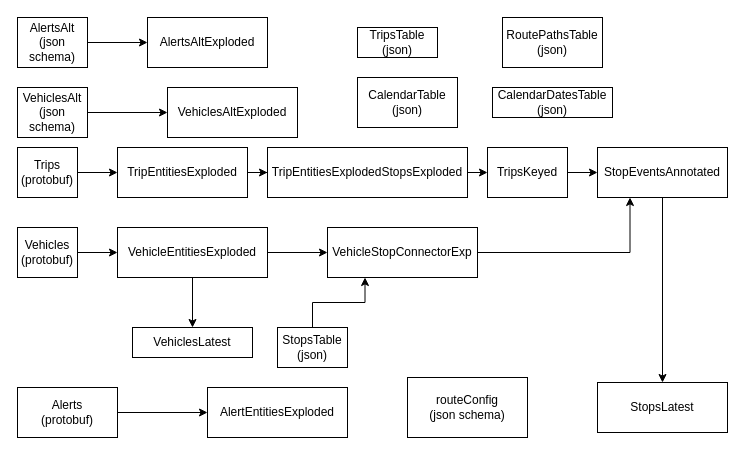
This is Documentation/Models/ksql_tables.drawio from ResourceDataInc/TransportationHub, a draw.io file, before an edit. Source tidied: cells renumbered, new cells numbered last; positions are measured from the earlier drawing's top-left corner, leaving out a move shared by most shapes. Both pictures are drawn from the tidied source at 100%, with x=0, y=0 at pixel (17, 17).
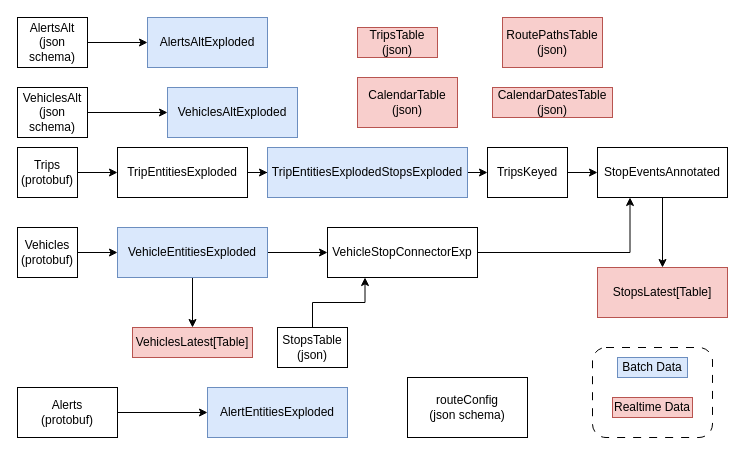
The same page after the edit.

Commit message (it also covers changes not shown here):
update tables with legend

Diff of the diagram source:
```diff
@@
-    <mxCell id="12" value="VehicleEntitiesExploded" style="rounded=0;whiteSpace=wrap;html=1;" parent="1" vertex="1">
+    <mxCell id="12" value="VehicleEntitiesExploded" style="rounded=0;whiteSpace=wrap;html=1;fillColor=#dae8fc;strokeColor=#6c8ebf;" parent="1" vertex="1">
       <mxGeometry x="100" y="210" width="150" height="50" as="geometry" />
     </mxCell>
@@
-    <mxCell id="17" value="CalendarTable&lt;br&gt;(json)" style="rounded=0;whiteSpace=wrap;html=1;" parent="1" vertex="1">
+    <mxCell id="17" value="CalendarTable&lt;br&gt;(json)" style="rounded=0;whiteSpace=wrap;html=1;fillColor=#f8cecc;strokeColor=#b85450;" parent="1" vertex="1">
       <mxGeometry x="340" y="60" width="100" height="50" as="geometry" />
     </mxCell>
-    <mxCell id="18" value="RoutePathsTable&lt;br&gt;(json)" style="rounded=0;whiteSpace=wrap;html=1;" parent="1" vertex="1">
+    <mxCell id="18" value="RoutePathsTable&lt;br&gt;(json)" style="rounded=0;whiteSpace=wrap;html=1;fillColor=#f8cecc;strokeColor=#b85450;" parent="1" vertex="1">
       <mxGeometry x="485" width="100" height="50" as="geometry" />
     </mxCell>
@@
-    <mxCell id="21" value="AlertEntitiesExploded" style="rounded=0;whiteSpace=wrap;html=1;" parent="1" vertex="1">
+    <mxCell id="21" value="AlertEntitiesExploded" style="rounded=0;whiteSpace=wrap;html=1;fillColor=#dae8fc;strokeColor=#6c8ebf;" parent="1" vertex="1">
       <mxGeometry x="190" y="370" width="140" height="50" as="geometry" />
     </mxCell>
@@
-    <mxCell id="24" value="VehiclesAltExploded" style="rounded=0;whiteSpace=wrap;html=1;" parent="1" vertex="1">
+    <mxCell id="24" value="VehiclesAltExploded" style="rounded=0;whiteSpace=wrap;html=1;fillColor=#dae8fc;strokeColor=#6c8ebf;" parent="1" vertex="1">
       <mxGeometry x="150" y="70" width="130" height="50" as="geometry" />
     </mxCell>
-    <mxCell id="25" value="TripsTable&lt;br&gt;(json)" style="rounded=0;whiteSpace=wrap;html=1;" parent="1" vertex="1">
+    <mxCell id="25" value="TripsTable&lt;br&gt;(json)" style="rounded=0;whiteSpace=wrap;html=1;fillColor=#f8cecc;strokeColor=#b85450;" parent="1" vertex="1">
       <mxGeometry x="340" y="10" width="80" height="30" as="geometry" />
     </mxCell>
-    <mxCell id="26" value="CalendarDatesTable&lt;br&gt;(json)" style="rounded=0;whiteSpace=wrap;html=1;" parent="1" vertex="1">
+    <mxCell id="26" value="CalendarDatesTable&lt;br&gt;(json)" style="rounded=0;whiteSpace=wrap;html=1;fillColor=#f8cecc;strokeColor=#b85450;" parent="1" vertex="1">
       <mxGeometry x="475" y="70" width="120" height="30" as="geometry" />
     </mxCell>
@@
-    <mxCell id="28" value="TripEntitiesExplodedStopsExploded" style="rounded=0;whiteSpace=wrap;html=1;" parent="1" vertex="1">
+    <mxCell id="28" value="TripEntitiesExplodedStopsExploded" style="rounded=0;whiteSpace=wrap;html=1;fillColor=#dae8fc;strokeColor=#6c8ebf;" parent="1" vertex="1">
       <mxGeometry x="250" y="130" width="200" height="50" as="geometry" />
     </mxCell>
@@
-    <mxCell id="31" value="StopsLatest" style="rounded=0;whiteSpace=wrap;html=1;" parent="1" vertex="1">
-      <mxGeometry x="580" y="365" width="130" height="50" as="geometry" />
+    <mxCell id="31" value="StopsLatest[Table]" style="rounded=0;whiteSpace=wrap;html=1;fillColor=#f8cecc;strokeColor=#b85450;" parent="1" vertex="1">
+      <mxGeometry x="580" y="250" width="130" height="50" as="geometry" />
     </mxCell>
@@
-    <mxCell id="34" value="AlertsAltExploded" style="rounded=0;whiteSpace=wrap;html=1;" parent="1" vertex="1">
+    <mxCell id="34" value="AlertsAltExploded" style="rounded=0;whiteSpace=wrap;html=1;fillColor=#dae8fc;strokeColor=#6c8ebf;" parent="1" vertex="1">
       <mxGeometry x="130" width="120" height="50" as="geometry" />
     </mxCell>
@@
-    <mxCell id="36" value="VehiclesLatest" style="rounded=0;whiteSpace=wrap;html=1;" parent="1" vertex="1">
+    <mxCell id="36" value="VehiclesLatest[Table]" style="rounded=0;whiteSpace=wrap;html=1;fillColor=#f8cecc;strokeColor=#b85450;" parent="1" vertex="1">
       <mxGeometry x="115" y="310" width="120" height="30" as="geometry" />
     </mxCell>
+    <mxCell id="37" style="rounded=1;whiteSpace=wrap;html=1;labelBorderColor=none;strokeWidth=1;dashed=1;dashPattern=8 8;" parent="1" vertex="1">
+      <mxGeometry x="575" y="330" width="120" height="90" as="geometry" />
+    </mxCell>
+    <mxCell id="38" value="Realtime Data" style="rounded=0;whiteSpace=wrap;html=1;fillColor=#f8cecc;strokeColor=#b85450;" parent="1" vertex="1">
+      <mxGeometry x="595" y="380" width="80" height="20" as="geometry" />
+    </mxCell>
+    <mxCell id="39" value="Batch Data" style="rounded=0;whiteSpace=wrap;html=1;fillColor=#dae8fc;strokeColor=#6c8ebf;align=center;" parent="1" vertex="1">
+      <mxGeometry x="600" y="340" width="70" height="20" as="geometry" />
+    </mxCell>
```
